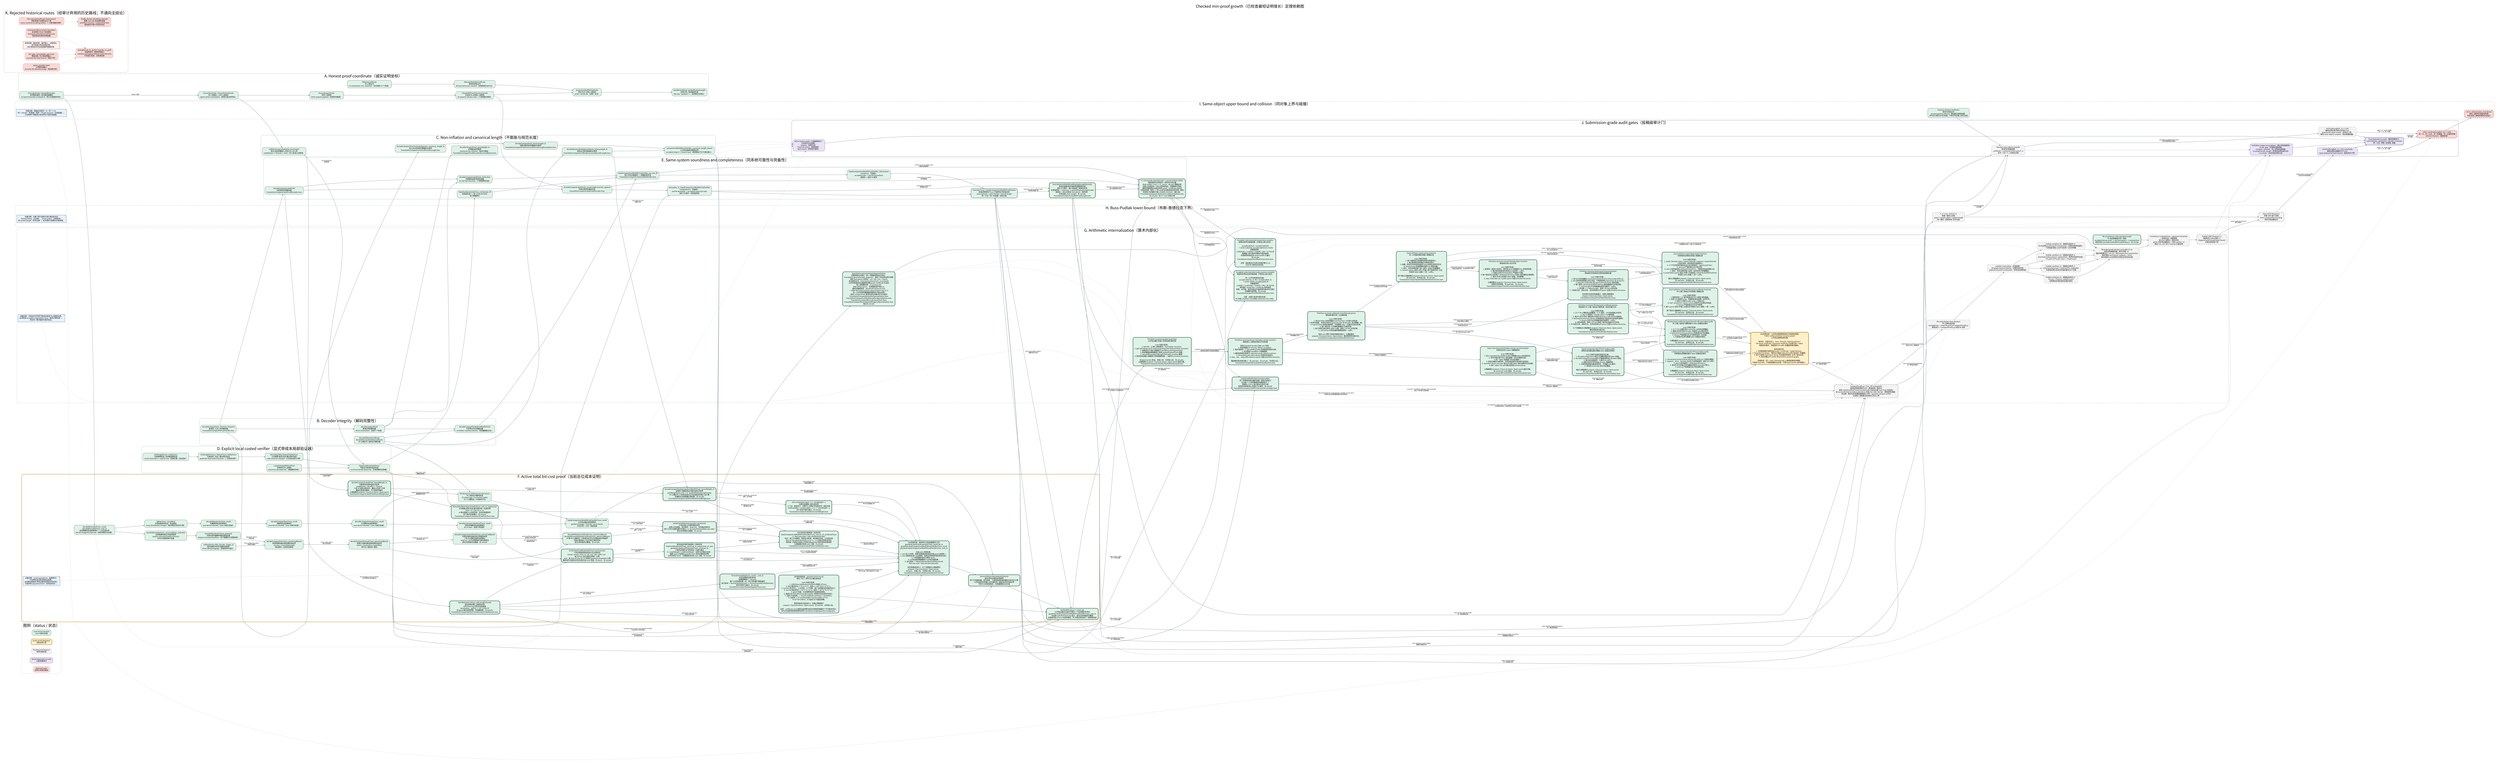
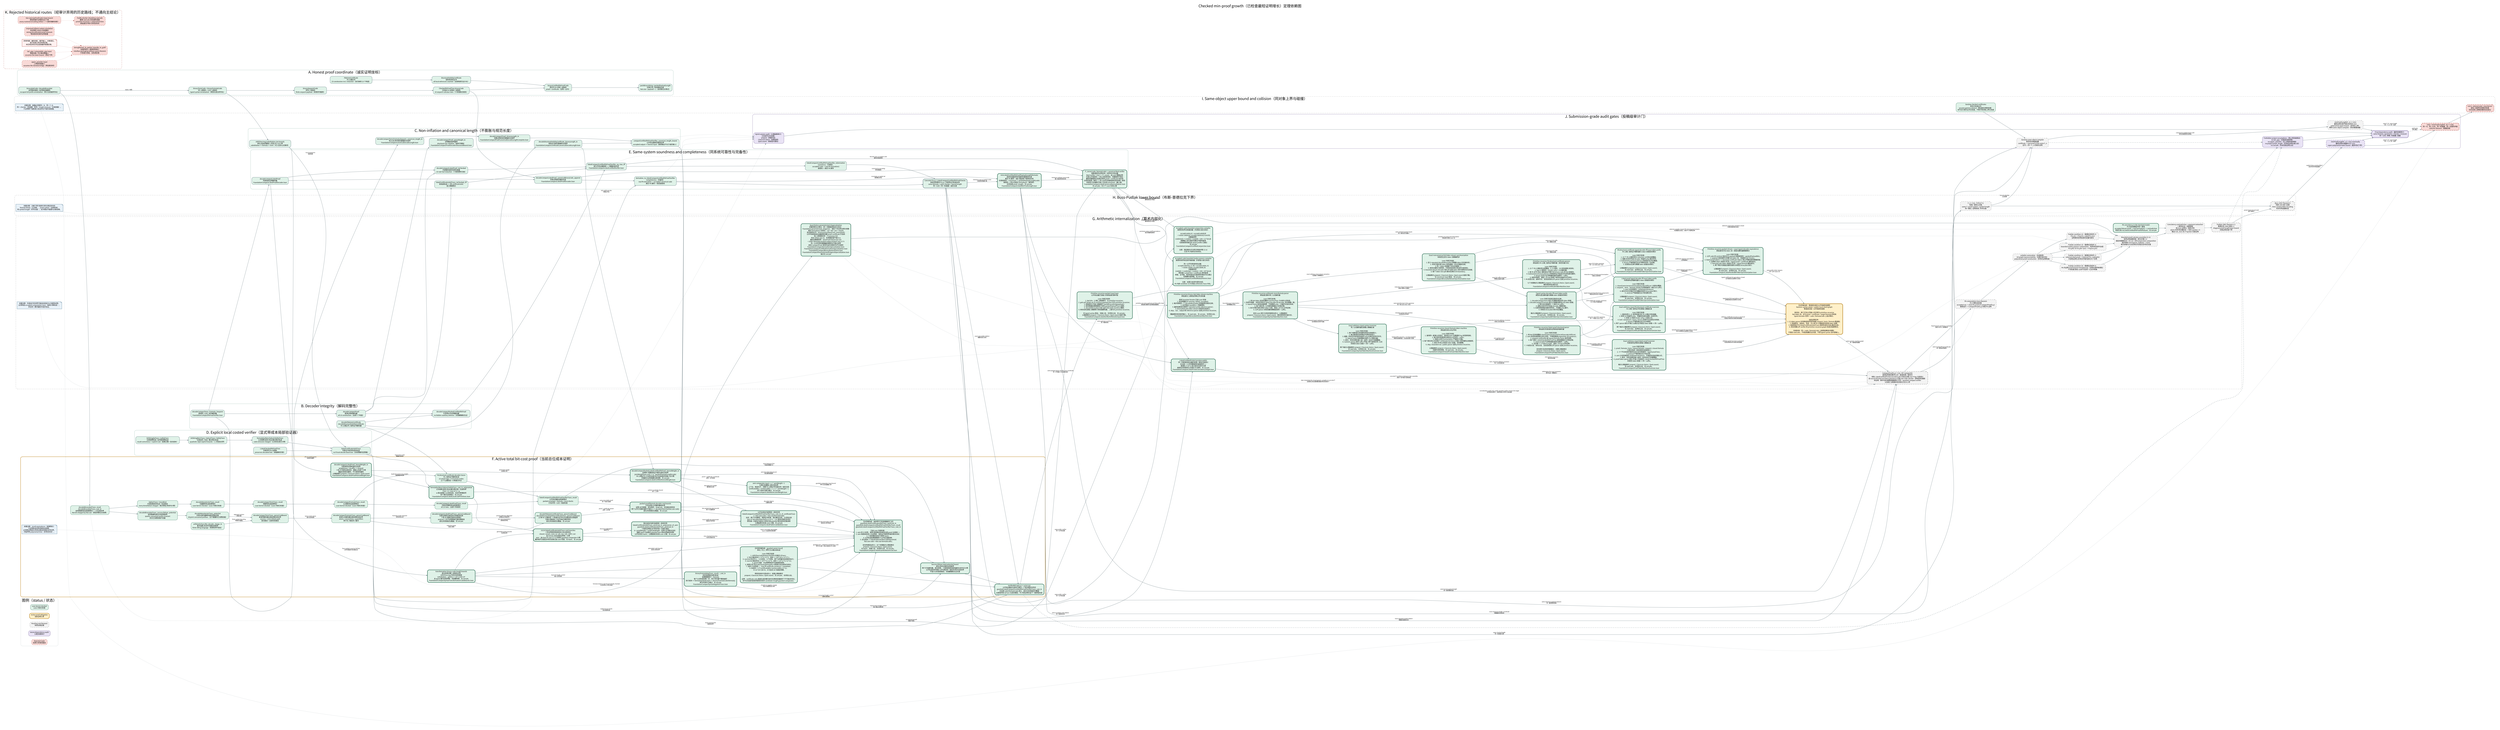
digraph CheckedMinProofDependencies {
  graph [
    rankdir=LR,
    bgcolor="white",
    compound=true,
    newrank=true,
    pad="0.35",
    nodesep="0.30",
    ranksep="0.62",
    fontname="Noto Sans CJK SC",
    fontsize=24,
    label="Checked min-proof growth（已检查最短证明增长）定理依赖图",
    labelloc="t",
    labeljust="c"
  ];
  node [
    shape=box,
    style="rounded,filled",
    fontname="Noto Sans CJK SC",
    fontsize=10.5,
    color="#526d75",
    fillcolor="#eef3f4",
    margin="0.14,0.09",
    penwidth=1.2
  ];
  edge [
    fontname="Noto Sans CJK SC",
    fontsize=8.5,
    color="#65777d",
    arrowsize=0.68,
    penwidth=1.05
  ];

  subgraph cluster_legend {
    label="图例（status / 状态）";
    color="#c8d1d4";
    style="rounded";
    done [label="Lean kernel checked\nLean 内核已检查", fillcolor="#dff2e8", color="#3f7c66"];
    active [label="Active proof obligation\n当前证明义务", fillcolor="#fff0c9", color="#b37a12", penwidth=2.2];
    pending [label="Pending root theorem\n待闭合根定理", fillcolor="#f3f3f3", color="#777777", style="rounded,filled,dashed"];
    audit [label="Axiom/dependency audit\n公理/依赖审计", fillcolor="#e9e3f5", color="#76639a"];
    rejected [label="Rejected route\n经审计弃用的路线", fillcolor="#f8d9d6", color="#a8443d", style="rounded,filled,dashed"];
  }

  subgraph cluster_coordinate {
    label="A. Honest proof coordinate（诚实证明坐标）";
    color="#8fb7aa";
    style="rounded";

    natcode [label="binaryNatCode / decodeBinaryNat\n自然数前缀码 / 自然数前缀解码\nescaped-bit prefix serialization（转义位前缀序列化）", fillcolor="#dff2e8"];
    syntaxcode [label="binaryTermCode + binaryFormulaCode\n项二进制码 + 公式二进制码\ntyped syntax serialization（类型化语法序列化）", fillcolor="#dff2e8"];
    sequentcode [label="binarySequentCode\n序列二进制码\nfinite sequent payload（有限序列载荷）", fillcolor="#dff2e8"];
    prooftree [label="CheckedPAProofTree.binaryCode\n已检查 PA 证明树二进制码\n10 sequent-calculus rules（十条相继式规则）", fillcolor="#dff2e8"];
    axiomcert [label="PAAxiomCertificate\nPA 公理证书\n23 constructors incl. induction（含归纳的 23 个构造）", fillcolor="#dff2e8"];
    structcert [label="StructuralValidityCertificate\n结构有效性证书\nall local witnesses counted（全部局部见证计长）", fillcolor="#dff2e8"];
    certifiedcode [label="binaryCertifiedPAProofCode\n带证书 PA 证明二进制码\nproof + certificate（证明 + 证书）", fillcolor="#dff2e8"];
    packedcode [label="packBinaryString / packedPayloadLength\n位串打包 / 有效载荷长度\nNat.size = payload + 1（自然数位长等式）", fillcolor="#dff2e8"];

    natcode -> syntaxcode [label="labels / 标签"];
    syntaxcode -> sequentcode;
    sequentcode -> prooftree;
    axiomcert -> structcert;
    prooftree -> certifiedcode;
    structcert -> certifiedcode;
    certifiedcode -> packedcode;
  }

  subgraph cluster_decoder {
    label="B. Decoder integrity（解码完整性）";
    color="#8fb7aa";
    style="rounded";

    typeddecoder [label="decodeCompactTerm / Formula / Sequent\n紧凑项 / 公式 / 序列解码器\nFoundationCompactPAProofVerifier.lean", fillcolor="#dff2e8"];
    proofdecoder [label="decodeCompactProof\n紧凑证明树解码器\nall 10 constructors（全部十个构造）", fillcolor="#dff2e8"];
    certdecoder [label="decodePAAxiomCertificate\ndecodeStructuralValidityCertificate\nPA 公理证书 / 结构证书解码器", fillcolor="#dff2e8"];
    packeddecoder [label="decodeCompactPackedCertifiedPAProof\n打包带证书证明解码器\nno hidden auxiliary witness（无隐藏辅助见证）", fillcolor="#dff2e8"];

    typeddecoder -> proofdecoder;
    certdecoder -> packeddecoder;
    proofdecoder -> packeddecoder;
  }

  subgraph cluster_size {
    label="C. Non-inflation and canonical length（不膨胀与规范长度）";
    color="#8fb7aa";
    style="rounded";

    structural [label="decodeCompactProof_parseWeight_le\n证明解码结构量界\nstructural non-inflation（结构不膨胀）\nFoundationCompactProofDecoderStructuralBound.lean", fillcolor="#dff2e8"];
    syntaxcanonical [label="decodeCompactTerm/Formula/Sequent_canonical_length_le\n项/公式/序列规范重编码长度界\nFoundationCompactCanonicalDecodeLength.lean", fillcolor="#dff2e8"];
    proofcanonical [label="decodeCompactProof_binaryLength_le\n完整证明树规范重编码长度界\nFoundationCompactProofCanonicalDecodeLengthComplete.lean", fillcolor="#dff2e8"];
    certcanonical [label="decodeStructuralValidityCertificate_binaryLength_le\n结构证书规范重编码长度界\nFoundationCompactCertificateCanonicalDecodeLength.lean", fillcolor="#dff2e8"];
    totalcanonical [label="compactCertifiedPAProofVerifier_canonical_length_bound\n公开验证器规范载荷总界\naccepted output <= honest input（接受输出不长于诚实输入）", fillcolor="#dff2e8"];
    transformsize [label="shift/free/neg/substitution size bounds\n移位/自由变量嵌入/否定/代入大小界\nsubstitution <= formula × term（代入至多公式乘项）", fillcolor="#dff2e8"];

    typeddecoder -> syntaxcanonical;
    proofdecoder -> structural;
    syntaxcanonical -> proofcanonical;
    certdecoder -> certcanonical;
    proofcanonical -> totalcanonical;
    certcanonical -> totalcanonical;
    syntaxcode -> transformsize;
  }

  subgraph cluster_explicit_local {
    label="D. Explicit local costed verifier（显式带成本局部验证器）";
    color="#8fb7aa";
    style="rounded";

    biteq [label="bitStringEqTrace / natEqTrace\n位串相等轨迹 / 自然数相等轨迹\nresult correctness + explicit cost（结果正确 + 显式成本）", fillcolor="#dff2e8"];
    bitset [label="bitStringMemTrace / SubsetTrace / SetEqTrace\n位串成员 / 包含 / 集合等价轨迹\nquadratic-style explicit bounds（二次型显式界）", fillcolor="#dff2e8"];
    formulalist [label="formulaEq/Mem/Subset/SetEqTrace\n公式相等/成员/包含/集合等价轨迹\ncode emission charged（公式码生成已计费）", fillcolor="#dff2e8"];
    listedtree [label="ListedCheckedPAProofTree\n列表序列 PA 证明树\npreserves decoded lists（保留解码列表）", fillcolor="#dff2e8"];
    listedcert [label="listedCertificateValidTrace\n列表证书有效性成本轨迹\nno Finset decide black box（无有限集判定黑箱）", fillcolor="#dff2e8"];

    biteq -> bitset;
    bitset -> formulalist;
    listedtree -> listedcert;
    formulalist -> listedcert;
    transformsize -> listedcert [label="local transforms\n局部变换"];
  }

  subgraph cluster_same_system {
    label="E. Same-system soundness and completeness（同系统可靠性与完备性）";
    color="#8fb7aa";
    style="rounded";

    listdecoder [label="decodeCompactListedProof\n列表保持证明解码器\nFoundationCompactListedProofDecoder.lean", fillcolor="#dff2e8"];
    projection [label="decodeCompactListedProof_toChecked\n列表解码投影到原检查器\n10-rule fuel induction（十规则燃料归纳）", fillcolor="#dff2e8"];
    localiff [label="listedCertificateValidTrace_toChecked_iff\n新局部轨迹 <-> 原 certificateValid\n语义精确等价", fillcolor="#dff2e8"];
    publiciff [label="listedCompactCertifiedPAProofVerifier_eq_true_iff\n新公开验证器接受 <-> 精确检查关系\nFoundationCompactListedCertifiedVerifier.lean", fillcolor="#dff2e8"];
    soundness [label="listedCompactCertifiedPAProofVerifier_toDerivation\nsoundness（可靠性）\naccepted code -> real PA Derivation2\n接受码 -> 真实 PA 推导", fillcolor="#dff2e8"];
    listencoder [label="decodeCompactListedProof_canonicalBinaryCode_append\n列表证明规范编码往返\nFoundationCompactListedProofEncoder.lean", fillcolor="#dff2e8"];
    completeness [label="derivation_to_listedCompactCertifiedPAProofVerifier\ncompleteness（完备性）\nreal PA derivation -> accepted canonical code\n真实 PA 推导 -> 规范接受码", fillcolor="#dff2e8"];
    predicate [label="Concrete P(x,y) / ListedCompactCertifiedPAProofChecks\n具体证明谓词 P(x,y) / 列表带证书检查关系\nsame formula + same checker + honest length\n同一公式 + 同一检查器 + 诚实长度", fillcolor="#dff2e8", penwidth=2.0];
    minmeasure [
      label="minListedCertifiedPAProofPayloadLength(formula)\n具体检查器诱导的最短完整载荷长度\n真实 PA 推导 -> 最小值由某个接受码实现\n任意接受码 -> minimum <= packedPayloadLength(code)\n接受码 -> 同公式真实 Derivation2（推导树）\n无项目级 proof_length；无 sorryAx\nFoundationCompactListedMinProofLength.lean",
      fillcolor="#dff2e8", color="#2f6f57", penwidth=2.8
    ];
    canonicalnormalize [
      label="P_canon(code, formulaCode) + canonical Bool verifier\n纯数值规范证明关系 + 规范布尔验证器\nBool verifier = true <-> P_canon，由 Lean 精确证明\n任意公开接受码 -> 同公式码规范码，完整载荷不增长\n最短完整载荷必由真实规范 proof + certificate 码实现\n全体码有限一致性 <-> 同 cutoff 的纯数值规范码有限一致性\n非规范/冗余编码不能人为压低 minimum（最小值）\nFoundationCompactListedCanonicalNormalization.lean\n无 sorryAx；仅三个 Lean 标准公理",
      fillcolor="#dff2e8", color="#2f6f57", penwidth=2.8
    ];

    typeddecoder -> listdecoder;
    listdecoder -> projection;
    proofdecoder -> projection;
    listedcert -> localiff;
    projection -> publiciff;
    localiff -> publiciff;
    packeddecoder -> publiciff;
    publiciff -> soundness;
    prooftree -> listencoder;
    listdecoder -> listencoder;
    listencoder -> completeness;
    listedcert -> completeness;
    soundness -> predicate;
    completeness -> predicate;
    predicate -> minmeasure [label="minimum over accepted codes\n对接受码取最小值"];
    completeness -> minmeasure [label="nonempty accepted set\n接受集合非空"];
    publiciff -> canonicalnormalize [label="decode every accepted code\n解码任意接受码"];
    listencoder -> canonicalnormalize [label="canonical re-encoding\n规范重编码"];
    totalcanonical -> canonicalnormalize [label="no payload growth\n载荷不增长"];
    minmeasure -> canonicalnormalize [label="minimum realized canonically\n最小值由规范码实现"];
  }

  subgraph cluster_cost_active {
    label="F. Active total bit-cost proof（当前总位成本证明）";
    color="#c18a27";
    style="rounded,bold";

    nattrace [label="decodeBinaryNatTrace_result\ndecodeBinaryNatTrace_cost_le\n自然数解码轨迹结果等价 + 二次位成本界\nNat.bit charged by Nat.size（按自然数位长收费）", fillcolor="#dff2e8", color="#3f7c66"];
    tracebind [label="OptionTrace + traceBind\n可选结果成本轨迹 + 轨迹绑定\nevery bind/failure charged（每次绑定/失败均计费）", fillcolor="#dff2e8", color="#3f7c66"];
    vectortrace [label="decodeManyVectorTrace_result\n向量解码轨迹结果等价\nLean kernel checked（Lean 内核已检查）", fillcolor="#dff2e8", color="#3f7c66"];
    termtrace [label="decodeCompactTermTrace_result\n项解码轨迹结果等价\nLean kernel checked（Lean 内核已检查）", fillcolor="#dff2e8", color="#3f7c66"];
    formulatrace [label="decodeCompactFormulaTrace_result\n公式解码轨迹结果等价\nLean kernel checked（Lean 内核已检查）", fillcolor="#dff2e8", color="#3f7c66"];
    prooftrace [label="decodeCompactListedProofTrace_result\n列表证明解码轨迹结果等价\nall 10 rules（全部十条规则）", fillcolor="#dff2e8", color="#3f7c66"];
    certtrace [label="PA/structural certificate decoder traces\nPA / 结构证书解码轨迹\n23 axiom tags + 4 recursive nodes\n23 个公理标签 + 4 种递归节点", fillcolor="#dff2e8", color="#3f7c66"];
    publictrace [label="listedCompactCertifiedPAProofVerifierTrace_result\n公开验证器轨迹结果等价\npacked envelope + formula + local checks\n打包外壳 + 公式 + 局部检查", fillcolor="#dff2e8", color="#3f7c66"];
    natpotential [label="decodeBinaryNatTrace_success/failure_potential\n自然数解码成功/失败势能界\nquartic consumed-prefix invariant\n四次已消费前缀不变量", fillcolor="#dff2e8", color="#3f7c66"];
    vectorpotential [label="decodeManyVectorTrace_potential\n任意长度向量解码摊还势能定理\ndisjoint consumed prefixes（互不重叠的已消费前缀）", fillcolor="#dff2e8", color="#3f7c66"];
    symbolcharge [label="arithmeticFunc/Rel_decode_charge_le\n算术函数/关系符号解码收费界\nfinite ORing language（有限有序环语言）", fillcolor="#dff2e8", color="#3f7c66"];
    termpotential [label="decodeCompactTermTrace_parserCostBound\n紧凑项解码器全路径摊还成本界\nsuccess + every failure path\n成功路径 + 全部失败路径", fillcolor="#dff2e8", color="#3f7c66"];
    formulapotential [label="decodeCompactFormulaTrace_parserCostBound\n紧凑公式解码器全路径摊还成本界\natoms / connectives / quantifiers\n原子式 / 联结词 / 量词", fillcolor="#dff2e8", color="#3f7c66"];
    proofpotential [
      label="decodeCompactListedProofTrace_parserCostBound\n列表证明树全路径四次势能成本界\n十条 PA 相继式规则全部通过\nand/cut 二叉子证明势能已望远镜相消\n成功/失败路径全覆盖；无 sorryAx",
      fillcolor="#dff2e8", color="#3f7c66"
    ];
    certpotential [
      label="decodePAAxiomCertificateTrace_parserCostBound\ndecodeStructuralValidityCertificateTrace_parserCostBound\n23 种 PA 公理标签 + 4 种递归证书节点全路径四次势能界\n归纳公理体和二元证书树已摊还闭合\n成功/失败路径全覆盖；无 sorryAx",
      fillcolor="#dff2e8", color="#3f7c66", penwidth=2.2
    ];
    packedcost [
      label="packed proof/formula decoder cost bounds\n打包证明/公式解码器成本界\n证明+证书串联、末位哨兵、dropLast、空后缀全部闭合\n两个公开打包解码器均不超过 2 × decoderPotential(Nat.size code)\n成功/失败路径全覆盖；无 sorryAx",
      fillcolor="#dff2e8", color="#2f6f57", penwidth=2.8
    ];
    transformcode [
      label="transformation binary-code length bounds\n语法变换完整二进制码长界\nshift/free/neg 均至多线性膨胀\nsubstitution：|phi[t]| <= 3(F+1)(W+1)F\n含 qpow 量词深度预算；无隐藏参数；无 sorryAx\nFoundationCompactSyntaxTransformationCodeBounds.lean",
      fillcolor="#dff2e8", color="#2f6f57", penwidth=2.8
    ];
    negtrace [
      label="binaryFormulaNegTrace_result / _cost_le\n否定变换真实递归轨迹\n结果精确等于 ∼formula\n每个公式构造收费一步；原子项向量不重复遍历\n执行成本 <= formulaSymbolCount <= |binaryFormulaCode(formula)|\n单文件探针已通过；无 sorryAx\nFoundationCompactSyntaxNegationTrace.lean",
      fillcolor="#dff2e8", color="#2f6f57", penwidth=2.8
    ];
    axmjoint [
      label="axm comparator input <= 2 * jointWeight + 1\n公理比较器输入联合坐标界\n上下文、候选句子、完整 PA 公理证书均落在同一诚实位权\ncertificateBits + sentenceBits + 1 <= 2 * jointWeight + 1\n四个坐标引理已通过；无 sorryAx\nFoundationCompactListedAxiomJointWeight.lean",
      fillcolor="#dff2e8", color="#2f6f57", penwidth=2.8
    ];
    honestproof [
      label="decodeCompactListedProof_honestWeight_le\n列表保持证明树诚实位权界\nweight(tree) + 8|suffix| <= 8|input|\n十条 PA 规则全部闭合；重复公式逐个计费\n覆盖任意成功解码，不只是规范编码\n公理画像仅 propext / Classical.choice / Quot.sound\nFoundationCompactListedProofHonestWeight.lean",
      fillcolor="#dff2e8", color="#2f6f57", penwidth=2.8
    ];
    honestcert [
      label="decodeCompactPackedListedCertifiedPAProof_honestWeight_le\n证明树+完整结构证书联合诚实位权界\njointWeight(tree,cert) <= 8 * packedPayloadLength(code)\nPA 公理证书 23 标签及递归证书全部由实际输入位计费\n无辅助见证和隐藏长度参数；无 sorryAx\nFoundationCompactListedCertifiedHonestWeight.lean",
      fillcolor="#dff2e8", color="#2f6f57", penwidth=2.8
    ];
    localprimitives [
      label="formulaEq/Mem/Subset/SetEqTrace_cost_le_polynomial\n公式相等/成员/包含/集合等价统一位成本界\nP(w) = 4 + 2(w+3)^2 + w\nw 是全部输入公式码位权，包含列表重复项\n四个端点全部通过；无 sorryAx\nFoundationCompactListedLocalCostPrimitives.lean",
      fillcolor="#dff2e8", color="#2f6f57", penwidth=2.8
    ];
    localbranches9 [
      label="10/10 listedCertificateValidTrace cost branches\n十条证明规则局部成本分支全部闭合\nclosed / verum / and / or / all / exs / wk / shift / cut：\n由 P(G(w)) 及生成语法界统一计费\naxm：由 A(w)=K*(2w+1)^12 的真实 guarded comparator 计费\n最终每节点固定多项式包络已由 Lean 检查；无 haxm、无 sorryAx",
      fillcolor="#dff2e8", color="#2f6f57", penwidth=2.8
    ];
    localinduction [
      label="联合坐标内部归纳骨架 + 具体实例\nlistedCertificateValidTrace_jointCost_le_polynomial_of_axm\nguardedListedCertificateValidTrace_jointCost_le\n十规则证明树/证书同步统一归纳已通过\nb = proofWeight + certificateWeight（证明+证书联合位权）\n抽象 haxm 已由真实 guarded axm 成本定理具体消除\n公开实例无 haxm；公理画像仅标准 Lean 公理；无 sorryAx",
      fillcolor="#dff2e8", color="#2f6f57", penwidth=2.8
    ];
    publicskeleton [
      label="公开总成本内部骨架 + 具体实例\nlistedCompactCertifiedPAProofVerifierTrace_cost_le_of_certificateTrace\ns = Nat.size(code) + Nat.size(formulaCode)\n合并：两个打包解码、局部证书检查、结论集合比较、公式码比较\nQ(s)=4*decoderPotential(s)+L(s)+1，L(s) 是显式固定多项式\n原先唯一内部证书成本义务现已由 guarded 联合成本定理消除\n公理画像仅标准 Lean 公理；无 sorryAx\nFoundationCompactListedPublicCostSkeleton.lean",
      fillcolor="#dff2e8", color="#2f6f57", penwidth=2.8
    ];
    publiccost [
      label="【主终端完成：具体带守卫检查器最终汇合】\nguardedListedCertificateValidTrace_jointCost_le\nguardedListedCompactCertifiedPAProofVerifierTrace_result\nguardedListedCompactCertifiedPAProofVerifierTrace_cost_le\n\n已由 Lean 内核检查：\n1. axm 的 23 标签、接受/拒绝路径和候选长度 guard 全部统一；\n2. axm 局部成本进入与证明树、结构证书相同的诚实联合位权；\n3. 十规则整树成本不再带 haxm；\n4. 公开轨迹结果精确等于公开验证器结果；\n5. 总位成本 <= listedPublicVerifierCostPolynomial(\n   Nat.size code + Nat.size formulaCode)。\n\n定向构建退出码 0；五个关键端点公理画像仅\npropext / Classical.choice / Quot.sound。\n无 haxm、无输入包、无项目公设、无 sorryAx。\nFoundationCompactListedGuardedAxiomCost.lean",
      fillcolor="#dff2e8", color="#2f6f57", penwidth=2.8
    ];
    amortized [label="Success/failure total potential bound\n成功/失败全路径总势能界\n两个打包解码器、语法变换、十规则局部检查和最终比较均已计费\n公开轨迹的所有输入对均满足同一固定多项式位成本界\n不是只分析接受路径；无隐藏辅助见证长度", fillcolor="#dff2e8", color="#2f6f57", style="rounded,filled", penwidth=2.8];
    costnote [shape=note, label="关键注释：result equivalence（结果等价）\n只证明轨迹没有改掉验证结果；\n必须再证明成功/失败全路径的固定多项式界，\n才能声称 polynomial time（多项式时间）。", fillcolor="#e8f1f8", color="#4e7892"];
    transformtrace [label="【共享终端完成：guarded axiom trace】\n移位 / 代入 / 带守卫公理比较轨迹\n\nLean 内核已检查：\n1. shift/free/substitution/list/fixitr 的真实 QTrace；\n2. fixitr 输出码长 <= 4*(L+1)^2；成本 <= 128*(m+L+1)^2*L；\n3. succInd 四次代入、三次否定、三个析取、两个全称量词全部真实执行；\n4. succInd 输出码长 <= 10^7*(L+1)^4；成本 <= 10^11*(L+1)^12；\n5. guard 完备：合法相等候选不会被提前拒绝；\n6. 接受分支 fixitr/allClosure/formulaEq 与拒绝分支总成本均闭合；\n7. 全部 23 标签统一：true iff certificate.sentence = candidate；\n8. 总成本 <= K*(certificateBits+sentenceBits+1)^12，\n   K=10^30+(3B+4)，B 为显式 26 句固定预算。\n\n两条验收命令退出码 0；关键公理画像仅\npropext / Classical.choice / Quot.sound；无 sorryAx、无项目公设。\n\n边界：certificate-only 直接生成完整归纳句在稀疏变量编号下不可能多项式；\n本节点完成的是保持接受关系的 candidate-length guarded comparator。", fillcolor="#dff2e8", color="#2f6f57", style="rounded,filled", penwidth=2.8];
    polytime [label="VerifierBitCost(x,y) <= p(|x|+|y|)\n公开验证器总位成本不超过一个显式固定多项式\nguardedListedCompactCertifiedPAProofVerifierTrace_cost_le\n对全部 code/formulaCode 成立，成功与失败路径均覆盖\n这里是项目 QTrace 位成本模型；PA 内短证明仍由下一簇单独完成", fillcolor="#dff2e8", color="#2f6f57", style="rounded,filled", penwidth=2.8];

    natcode -> nattrace;
    nattrace -> tracebind;
    tracebind -> vectortrace;
    vectortrace -> termtrace;
    termtrace -> formulatrace;
    formulatrace -> prooftrace;
    certdecoder -> certtrace;
    formulatrace -> certtrace;
    prooftrace -> publictrace;
    certtrace -> publictrace;
    publictrace -> amortized [label="exact behavior first\n先固定精确行为"];
    nattrace -> natpotential;
    natpotential -> vectorpotential;
    vectorpotential -> termpotential [label="argument vectors\n参数向量"];
    symbolcharge -> termpotential [label="finite symbol decoding\n有限符号解码"];
    termpotential -> formulapotential [label="terms inside atoms\n原子式中的项"];
    formulapotential -> proofpotential [label="formulas inside sequents\n序列中的公式"];
    proofpotential -> certpotential [label="proof/certificate alignment\n证明树/证书树对齐"];
    formulapotential -> certpotential [label="induction body\n归纳公理体"];
    certpotential -> packedcost [label="proof + certificate stream\n证明 + 证书串"];
    publictrace -> packedcost [label="same executable result\n同一可执行结果"];
    packedcost -> publiccost [label="decoded objects\n已解码对象"];
    transformsize -> transformcode [label="from symbol count to full bits\n从符号数提升到完整位长"];
    transformcode -> negtrace [label="input bit-length control\n输入位长控制"];
    negtrace -> publiccost [label="closed/cut negation charge\n闭合/切规则否定计费"];
    transformcode -> publiccost [label="generated-code bounds\n生成公式码长界"];
    listdecoder -> honestproof [label="all successful parses\n全部成功解码"];
    honestproof -> honestcert [label="proof-tree charge\n证明树计费"];
    certcanonical -> honestcert [label="full certificate bits\n完整证书位"];
    honestcert -> publiccost [label="joint decoded-data bound\n联合解码数据界"];
    honestcert -> axmjoint [label="proof + certificate coordinate\n证明 + 证书坐标"];
    axmjoint -> publiccost [label="guarded comparator input bound\n带守卫比较器输入界"];
    listedcert -> localprimitives [label="exact trace costs\n精确轨迹成本"];
    honestproof -> localprimitives [label="duplicate-preserving weights\n保留重复项位权"];
    localprimitives -> publiccost [label="uniform quadratic bound\n统一二次界"];
    localprimitives -> localbranches9 [label="per-rule instantiation\n逐规则实例化"];
    transformcode -> localbranches9 [label="generated syntax bounds\n生成语法界"];
    localbranches9 -> publiccost [label="nine checked branches\n九条已检查分支"];
    localbranches9 -> localinduction [label="structural aggregation\n结构汇总"];
    localinduction -> publiccost [label="haxm concretely discharged\nhaxm 已由具体定理消除"];
    localinduction -> publicskeleton [label="local certificate polynomial\n局部证书多项式"];
    packedcost -> publicskeleton [label="two packed decoder bounds\n两个打包解码界"];
    honestcert -> publicskeleton [label="decoded joint weight\n解码联合位权"];
    publicskeleton -> publiccost [label="concrete discharge checked\n具体消义务已检查"];
    listedcert -> publiccost [label="explicit local checks\n显式局部检查"];
    publiccost -> amortized;
    totalcanonical -> amortized [label="consumed-length control\n消费长度控制"];
    costnote -> amortized [style=dotted, arrowhead=none, constraint=false];
    transformcode -> transformtrace;
    transformtrace -> publiccost [label="guarded axm + shift/free/substitution costs\n带守卫公理 + 移位/自由化/代入成本"];
    amortized -> polytime;
    transformtrace -> polytime;
    totalcanonical -> polytime [label="input/output length control\n输入输出长度控制"];
    listedcert -> polytime [label="local cost bounds\n局部成本界"];
    predicate -> polytime [label="exact executable relation\n精确可执行关系"];
  }

  subgraph cluster_internalization {
    label="G. Arithmetic internalization（算术内部化）";
    color="#9a9a9a";
    style="rounded,dashed";

    listedconmeta [label="ListedCertifiedFiniteConsistencyAt(k)\n同一列表保持验证器的有限一致性元层语义\n无长度 <= k 的完整载荷码被接受为 ⊥\n普通及 2^(A*n) 放大版本无条件为真\n接受反向恢复同公式真实 PA 推导；无 sorryAx\nFoundationCompactListedFiniteConsistencyTarget.lean", fillcolor="#dff2e8", color="#2f6f57", penwidth=2.8];
    arithinput [label="Primitive-recursive packed input layer\n公开验证器打包输入的原始递归算术层\n\nLean 内核已检查：\n1. Nat.bits（小端二进制展开）为 primitive recursive；\n2. getLast?/dropLast 与 sentinel payload peel 均为 primitive recursive；\n3. 剥离成功 iff 输入精确等于 packBinaryString(payload)；\n4. 新剥离器结果精确等于现有 packedPayloadTrace 结果；\n5. decodeBinaryNat 已由 right-fold state machine 重建；\n6. 新状态机逐输入精确等于原前缀解码器，二者均为 primitive recursive。\n\n无 typed syntax 假设、无输入包、无项目公设、无 sorryAx；\n公理画像仅 propext / Classical.choice / Quot.sound 或其子集。\nFoundationCompactListedVerifierArithmeticInput.lean", fillcolor="#dff2e8", color="#2f6f57", penwidth=2.8];
    tokenstream [label="Primitive-recursive binary-Nat token stream machine\n原始递归二进制自然数记号流机器\n\n具体 bounded iterator 已由 Lean 检查：\n1. 状态明确区分 running / failed / accepted；\n2. 每步调用同一个 decodeBinaryNat 并保留真实剩余位串；\n3. 总步数由 inputBits+1 明确限制；\n4. 最终结果逐位串等于 repeated-prefix reference parser；\n5. binaryNatCode token stream 的规范往返成立；\n6. step、run、output 和 reference parser 全部 primitive recursive。\n\n覆盖畸形和非规范输入；无 rawCode、无 sorryAx、无项目公设。\nFoundationCompactBinaryNatStreamMachine.lean", fillcolor="#dff2e8", color="#2f6f57", penwidth=2.8];
    bitsync [label="Exact noncanonical bit/token stream synchronization\n非规范位流与 token 流精确同步\n\nLean 内核已检查：\n1. 定义 repeated decodeBinaryNat 的精确 token/位后缀关系；\n2. 关系可按任意 token 前后缀唯一切分并重新合成；\n3. 同一 token 前缀留下的位后缀唯一；\n4. 规范位编码只是特例，不把非规范高位零误判为规范码；\n5. bounded stream decoder 成功 iff 全部 token 恰好消费至空位后缀；\n6. 每个 token-list split 都对应真实 bit boundary。\n\n公理画像仅 propext / Classical.choice / Quot.sound 或其子集；\n无 canonical-input 假设、无 sorryAx。\nFoundationCompactBinaryNatStreamSynchronization.lean", fillcolor="#dff2e8", color="#2f6f57", penwidth=2.8];
    syntaxparser [label="Primitive-recursive arithmetic term/formula parser\n原始递归算术项 / 公式解析器\n\nLean 内核已检查：\n1. 纯 Nat token 状态机覆盖 bvar/fvar/func 与全部公式构造；\n2. 有序环函数、关系符号码与 typed decoder 的 decode₂ 条件精确一致；\n3. repeat frame 逐项处理参数，不按稀疏 arity 一次展开巨型任务表；\n4. 每个真实项 / 公式都有精确执行步数定理；\n5. 执行步数不超过真实 token 长度，固定二次 fuel 必然足够；\n6. 公开 parser 对规范编码精确返回同一 suffix。\n\n定向 Lean 探针与目标构建退出码 0；公理画像仅\npropext / Classical.choice / Quot.sound；静态禁用项扫描为空。\nFoundationCompactSyntaxTokenMachine.lean", fillcolor="#dff2e8", color="#2f6f57", penwidth=2.8];
    syntaxinversion [label="Exact arbitrary-input syntax inversion\n项 / 公式解析器任意输入精确反演\n\nLean 内核已检查：\n1. 每个纯数值任务栈都有类型化前缀语义；\n2. 每次数值状态转换反向保持该语义；\n3. 函数 / 关系符号有效码恢复同 arity 的真实有序环符号；\n4. repeat frame 恢复精确长度的 Fin 参数向量；\n5. 成功、失败及畸形输入统一由同一后向不变量覆盖；\n6. numeric parser 返回 suffix iff 输入等于某真实项 / 公式\n   的规范 token 前缀 ++ 同一 suffix。\n\n两个端点公理画像仅 propext / Classical.choice / Quot.sound；\n无 rawCode、无项目公设、无 sorryAx。\nFoundationCompactSyntaxTokenMachineInversion.lean", fillcolor="#dff2e8", color="#2f6f57", penwidth=2.8];
    syntaxbitsync [label="Typed syntax decoder iff exact token prefix\n类型化语法解码器与精确 token 前缀双向等价\n\nLean 内核已检查任意成功位串：\n1. decodeCompactTerm 成功 iff 精确消费该项 token 前缀；\n2. decodeCompactFormula 成功 iff 精确消费该公式 token 前缀；\n3. 两方向均保留同一个真实 bit suffix；\n4. 函数/关系符号代码由 decode₂ 精确恢复；\n5. 任意有限参数向量逐项同步，不隐藏 arity 展开；\n6. 非规范 binaryNat 表示完全覆盖。\n\n端点公理画像仅 propext / Classical.choice / Quot.sound；\n无 rawCode、无项目公设、无 sorryAx。\nFoundationCompactSyntaxBitTokenSynchronization.lean", fillcolor="#dff2e8", color="#2f6f57", penwidth=2.8];
    closedformula [label="Primitive-recursive closed-formula token machine\n原始递归闭公式记号机\n\nLean 内核已检查：\n1. 复用同一紧凑公式语法，但所有 term 位置遇到 fvar 标签即拒绝；\n2. 每次成功恢复真实类型化公式及同一 suffix；\n3. 恢复公式的 freeVariables 严格等于空集；\n4. 每个真实闭公式及每个 ArithmeticSentence 的嵌入规范编码必被接受；\n5. 成功 iff 闭公式规范 token 前缀，双向精确；\n6. step / bounded run / public parser 全部 primitive recursive。\n\n公理画像仅 propext / Classical.choice / Quot.sound；\n无额外闭性参数、无 rawCode、无 sorryAx。\nFoundationCompactClosedFormulaTokenMachine.lean", fillcolor="#dff2e8", color="#2f6f57", penwidth=2.8];
    proofparser [label="Primitive-recursive listed-proof structural parser\n原始递归列表保持证明树结构解析器\n\nLean 内核已检查：\n1. 纯 Nat 任务栈覆盖 closed/axm/verum/and/or/all/exs/wk/shift/cut；\n2. axm 标签现调用独立闭公式机，不再把普通 proposition 当 sentence；\n3. sequent cardinality 由 repeat-formula frame 逐项消费；\n4. 每个真实 ListedCheckedPAProofTree 都有精确执行步数定理；\n5. and/cut 左右子证明按编码顺序消费同一 suffix；\n6. 总步数 <= 2*tokenLength，固定二次 fuel 必然足够；\n7. 十标签分派、闭句分支、总状态机和公开 parser 全部 primitive recursive。\n\n定向探针及目标构建通过；关键公理画像仅\npropext / Classical.choice / Quot.sound。\nFoundationCompactProofTokenMachine.lean", fillcolor="#dff2e8", color="#2f6f57", penwidth=2.8];
    proofinversion [label="Exact arbitrary-input listed-proof inversion\n列表保持证明树任意输入精确反演\n\nLean 内核已检查：\n1. proof / formula / term / repeat-formula / sequent / closed-formula\n   六类任务统一具有类型化前缀语义；\n2. 十个节点标签的每条反向分支均恢复同一 typed proof tree；\n3. and/cut 严格恢复左右子树次序；\n4. axm 分支恢复真实 ArithmeticSentence，不接受含自由变量公式；\n5. 成功、失败及畸形输入由同一后向状态不变量覆盖；\n6. proof token parser 成功 iff 输入为某真实 ListedCheckedPAProofTree\n   的规范 token 前缀 ++ 同一 suffix。\n\n端点公理画像仅 propext / Classical.choice / Quot.sound；\n无 rawCode、无项目公设、无 sorryAx。\nFoundationCompactProofTokenMachineInversion.lean", fillcolor="#dff2e8", color="#2f6f57", penwidth=2.8];
    certparser [label="Primitive-recursive PA/structural certificate parsers\n原始递归 PA 公理 / 结构证书解析器（规范完备方向）\n\nLean 内核已检查：\n1. 23 个 PA 公理标签全部覆盖；0..21 固定，3/4 校验函数/关系码；\n2. tag 22 调用同一 binder-arity-1 公式解析器；\n3. 新 PA 证书 token 编码逐证书等于旧 binary code 的 Nat 前缀流；\n4. leaf/axiomCert/unary/binary 四类结构证书由显式任务栈递归解析；\n5. binary 左右子证书按编码顺序消费同一 suffix；\n6. 线性步数界、固定二次 fuel 和两个规范往返端点均已闭合；\n7. PA 标签分派、结构节点、总状态机和公开 parser 全部 primitive recursive。\n\n七个关键端点公理画像仅 propext / Classical.choice / Quot.sound；\n静态禁用项扫描为空。\nFoundationCompactCertificateTokenMachine.lean", fillcolor="#dff2e8", color="#2f6f57", penwidth=2.8];
    certinversion [label="Exact arbitrary-input PA/structural certificate inversion\nPA 公理 / 结构证书任意输入精确反演\n\nLean 内核已检查：\n1. 固定标签 0..21 逐项恢复对应 PA 公理证书构造器；\n2. 标签 3/4 恢复同 arity、同编码的真实函数 / 关系符号；\n3. 标签 22 恢复 binder-arity-1 归纳公式；\n4. leaf / axiomCert / unary / binary 四类节点全部反向恢复；\n5. binary 严格恢复左右子证书顺序；\n6. 两个 parser 成功 iff 输入为真实证书规范 token 前缀 ++ 同一 suffix。\n\n两个端点公理画像仅 propext / Classical.choice / Quot.sound；\n无 rawCode、无项目公设、无 sorryAx。\nFoundationCompactCertificateTokenMachineInversion.lean", fillcolor="#dff2e8", color="#2f6f57", penwidth=2.8];
    proofbitsync [label="Listed proof typed decoder iff exact token prefix\n列表保持证明解码器与 token 前缀双向等价\n\nLean 内核已检查：\n1. closed/axm/verum/and/or/all/exs/wk/shift/cut 十规则全覆盖；\n2. sequent、term、formula 与左右子证明保留同一真实 bit suffix；\n3. axm 分支恢复同一 ArithmeticSentence；\n4. 成功方向与完备方向均覆盖非规范 binaryNat 表示；\n5. and/cut 严格保留左右子树消费次序。\n\n公理画像仅 propext / Classical.choice / Quot.sound；\n无 rawCode、无项目公设、无 sorryAx。\nFoundationCompactProofBitTokenSynchronization.lean", fillcolor="#dff2e8", color="#2f6f57", penwidth=2.8];
    certbitsync [label="PA/structural certificate typed decoder iff exact token prefix\nPA 公理 / 结构证书解码器与 token 前缀双向等价\n\nLean 内核已检查：\n1. 23 个 PA 公理标签及 induction 公式体全部覆盖；\n2. 函数/关系符号由 decode₂ 恢复同 arity 真实符号；\n3. leaf/axiomCert/unary/binary 四类递归证书全覆盖；\n4. binary 严格保留左右证书顺序及同一位后缀；\n5. 任意成功位串与精确 token 前缀双向等价。\n\n公理画像仅 propext / Classical.choice / Quot.sound；\n无 rawCode、无项目公设、无 sorryAx。\nFoundationCompactCertificateBitTokenSynchronization.lean", fillcolor="#dff2e8", color="#2f6f57", penwidth=2.8];
-     numericparser [label="【主终端当前：公开验证器纯数值组合与局部检查图】\nPublic verifier primitive-recursive graph\n公开验证器原始递归图\n\n新闭合：任意位流上，term / formula / listed proof tree /\nPA axiom certificate / structural certificate 已全部与同一 token\n前缀双向等价，保留真实 bit suffix 且覆盖非规范编码。\n\n当前证明任务：\n1. 在纯数值图中顺序组合 proof + certificate + target formula；\n2. 为 packed envelope、哨兵位与每段 token/bit suffix 给出同一机器图；\n3. 执行与现有 listed local checks 完全相同的规则 / 证书 / 结论比较；\n4. 闭合完整公开 verifier 的 primitive-recursive graph。\n\n完成标准：同一 code / formulaCode 上接受结果逐点相等；\n不借旧 rawCode，不增加隐藏见证长度，不把 typed syntax 当外部输入。", fillcolor="#fff0c9", color="#b37a12", penwidth=2.8];
+     packedtokensync [label="Primitive-recursive packed stream + exact typed-decoder equivalence\n原始递归打包 token 流 + 类型化解码器精确等价\n\nLean 内核已检查：\n1. 公开 code 的 sentinel 哨兵位与 payload 剥离使用同一 packedPayloadBits；\n2. payload 逐前缀转为完整 Nat token 流，流函数已证 Primrec；\n3. listed proof tokens ++ structural certificate tokens 按公开解码顺序精确拼接；\n4. 证明码 token 流成功 iff 同一 typed proof + certificate 解码成功；\n5. formulaCode token 流成功 iff 同一 typed formula 解码成功；\n6. 两个等价均保留全载荷消费与非规范 binaryNat 表示。\n\n公理画像仅 propext / Classical.choice / Quot.sound；\n无 rawCode、无项目公设、无 sorryAx。\nFoundationCompactListedPackedBitTokenSynchronization.lean", fillcolor="#dff2e8", color="#2f6f57", penwidth=2.8];
+     numericparser [label="【主终端当前：数值语法值与公开局部检查图】\nNumeric syntax values + public local-check graph\n数值语法值 + 公开局部检查图\n\n新闭合：两个打包公开输入均已转为 primitive-recursive\nNat token 流，并与 proof + certificate + target formula 的现有\ntyped decoder 在同一 code / formulaCode 上逐点等价。\n\n当前证明任务：\n1. 让 token parser 在判断结构的同时保留 sequent / term / formula 数值值；\n2. 构造移位、自由化、否定、代入和 PA 公理候选句的纯 token 运算；\n3. 逐规则执行与 listedCertificateValidTrace 相同的成员/包含/集合比较；\n4. 闭合完整公开 verifier 的 primitive-recursive graph 及逐点结果等式。\n\n完成标准：同一 code / formulaCode 上接受结果逐点相等；\n不借旧 rawCode，不增加隐藏见证长度，不把 typed syntax 当外部输入。", fillcolor="#fff0c9", color="#b37a12", penwidth=2.8];
    compactformula [label="CompactProof(x,y) + Con_PA^compact(k)\n紧凑证明谓词算术公式 + 紧凑有限一致性句\n绿色 ListedCertifiedFiniteConsistencyAt 已给出正确 Lean Prop 元层语义\n旧 succinctFiniteConsistencySentence 仍指 raw-code checker（原始码检查器）\n待证明：算术句标准模型精确等价于同一 guarded compact verifier\n以及短二进制数词实例的公式大小界", fillcolor="#f3f3f3", color="#777777", style="rounded,filled,dashed", penwidth=2.0];
    patrace [label="PA computation-trace theorem\nPA 计算轨迹定理\naccepted run -> short PA proof of CompactProof(x,y)\n接受运行 -> CompactProof(x,y) 的短 PA 证明", fillcolor="#f3f3f3", color="#777777", style="rounded,filled,dashed"];
    suitable [label="suitable numeration（合适枚举）\nbit graph representability（位图可表示性）\npolynomial proof construction（多项式证明构造）", fillcolor="#f3f3f3", color="#777777", style="rounded,filled,dashed"];
    cond0 [label="Pudlak condition (0)（普德拉克条件 0）\nPA 内证明 proof-bound monotonicity（证明长度界单调性）\nP 的较紧/较松 cutoff 可在同一公式中转换", fillcolor="#f3f3f3", color="#777777", style="rounded,filled,dashed"];
    cond1 [label="Pudlak condition (1)（普德拉克条件 1）\nexternal short proof -> internal P(n, code(phi))\n外部短证明以多项式开销内部化为 P 实例", fillcolor="#f3f3f3", color="#777777", style="rounded,filled,dashed"];
    cond2 [label="Pudlak condition (2)（普德拉克条件 2）\nP(n,m) -> P(q1(n), code(P(n,m)))\n证明谓词实例自身的定量内部化", fillcolor="#f3f3f3", color="#777777", style="rounded,filled,dashed"];
    cond3 [label="Pudlak condition (3)（普德拉克条件 3）\nbounded modus ponens composition（有界肯定前件合成）\nP(n,phi) 与 P(n,phi->psi) -> P(q2(n),psi)", fillcolor="#f3f3f3", color="#777777", style="rounded,filled,dashed"];
    mpcompiler [label="Accepted-code bounded modus ponens compiler\n接受码有界肯定前件编译器（外部语义层已闭合）\n\n同一公开列表保持验证器：\naccept(codeImp, A->B) + accept(codeA, A)\n  -> exists codeB, accept(codeB, B)\n完整载荷界：\n|codeB| <= |codeImp| + |codeA| + 240 + 34*S(A,B)\n两份输入 proof tree + certificate 原样复用\n树级、证书级、规范码级及任意接受码端点均已通过\n无隐藏长度参数；无 sorryAx\nFoundationCompactCertifiedModusPonens.lean\n\n注意：这里只关闭外部码合成；\nPA 内部 condition (3) 仍须由 arithmetic trace 内化。", fillcolor="#dff2e8", color="#2f6f57", penwidth=2.8];
    conjcompiler [label="Accepted-code bounded conjunction compiler\n接受码有界合取编译器（外部语义层已闭合）\n\naccept(codeA,A) + accept(codeB,B)\n  -> exists codeAnd, accept(codeAnd,A and B)\n完整载荷界：\n|codeAnd| <= |codeA| + |codeB| + 144 + 11*S(A,B)\n两棵输入树与两份完整证书原样复用\n任意接受码端点及 axiom profile 已通过\n无 sorryAx\nFoundationCompactCertifiedConjunction.lean\n\n注意：固定重言式与原文拼接步骤 (i)-(v)\n以及 PA 内部化仍未闭合。", fillcolor="#dff2e8", color="#2f6f57", penwidth=2.8];
    qdiagonal [label="Quantitative parameterized diagonalization\n定量参数化对角化（同一完整载荷坐标已闭合）\nFoundation parameterized_diagonal₁：固定 P 的全称证明为常数\n真实 Derivation2 实例化：cut + wk + exs + closed\n显式结构证书：binary(unary(baseCert), unary(leaf))\n公开列表保持验证器接受完整 proof+certificate 打包码\n短二进制数码项：2*previous+bit\n码长 O(Nat.size m)，标准模型值严格为 m\n最终完整载荷界：baseProof+baseCert+192\n + 2048*(formulaConstant+stepConstant*|m|+1)^3\n同一公式实例的精确最短载荷也不超过该界\n具体 CompactProof 谓词仍由灰色算术化节点提供\nFoundationCompactDerivationSpecialization.lean\nFoundationCompactCertifiedDerivationSpecialization.lean\nFoundationCompactBinaryNumeralTerm.lean\nFoundationCompactParameterizedDiagonalSpecialization.lean\n端点无 sorryAx", fillcolor="#dff2e8", color="#2f6f57", penwidth=2.8];
    proofassembly [label="Bounded proof-calculus assembly (i)-(v)\n有界证明演算拼接（原文步骤 i-v）\n固定命题重言式 + (0)-(3) + MP/conjunction composition\n逐步得到 not P(q5(m), bottom) -> D(m)\n每次拼接与公式实例化均须显式多项式长度", fillcolor="#f3f3f3", color="#777777", style="rounded,filled,dashed"];
    paconsistency [label="PA consistency in the standard model\nPA 在标准模型中的一致性\naccepted falsum proof -> real Derivation2 -> contradiction\n项目已有 noListedCertifiedPAProofOfFalsum；无 sorryAx", fillcolor="#dff2e8", color="#2f6f57", penwidth=2.4];
    exponentextract [label="Consistency contradiction + exponent extraction\n一致性反证 + 指数提取\n短 D(m) 证明与一致性冲突\nq5(m) 的多项式重标定 -> 存在 epsilon > 0\n推出 Con_A(n) 无 n^epsilon 长度证明", fillcolor="#f3f3f3", color="#777777", style="rounded,filled,dashed"];
    diagonal [label="Pudlak 1986 Theorem 3.1\n普德拉克 1986 定理 3.1\ndiagonal proof-length lower bound\n对角证明长度下界", fillcolor="#f3f3f3", color="#777777", style="rounded,filled,dashed", penwidth=2.0];
    internalnote [shape=note, label="关键注释：外部运行时间界不能自动变成 PA 内部短证明。\n必须构造 accepted computation trace（接受计算轨迹），\n并在同一算术编码中逐步验证。", fillcolor="#e8f1f8", color="#4e7892"];

    predicate -> compactformula [label="exact standard-model relation\n精确标准模型关系"];
    minmeasure -> compactformula [label="same honest payload length\n同一诚实载荷长度"];
    canonicalnormalize -> compactformula [style=dotted, label="normalization audit only; public guarded verifier remains the target\n仅作规范化审计；目标仍是公开带守卫验证器"];
    predicate -> listedconmeta [label="same accepted-code relation\n同一接受码关系"];
    minmeasure -> listedconmeta [label="same payload coordinate\n同一载荷坐标"];
    listedconmeta -> compactformula [label="arithmetize this exact semantics\n算术化这一精确语义"];
    canonicalnormalize -> listedconmeta [label="pointwise same-cutoff equivalence\n逐点同截断值等价"];
    polytime -> arithinput [label="same packed inputs and bit-cost coordinate\n同一打包输入与位成本坐标"];
    arithinput -> tokenstream [label="primitive-recursive payload and Nat-prefix base\n原始递归载荷与自然数前缀基础"];
    tokenstream -> bitsync [label="exact arbitrary-input stream semantics\n任意输入流精确语义"];
    tokenstream -> syntaxparser [label="bounded exact tokenization\n有界精确记号化"];
    bitsync -> syntaxbitsync [label="exact bit suffix invariant\n精确位后缀不变量"];
    syntaxparser -> syntaxbitsync [label="same term/formula token grammar\n同一项/公式 token 文法"];
    syntaxparser -> syntaxinversion [label="backward typed realization invariant\n反向类型化实现不变量"];
    syntaxinversion -> closedformula [label="typed prefix recovery + no-fvar invariant\n类型化前缀恢复 + 无自由变量不变量"];
    closedformula -> proofparser [label="axm sentence task\n公理叶闭句任务"];
    syntaxparser -> proofparser [label="checked syntax-task machine\n已检查语法任务机"];
    syntaxparser -> certparser [label="induction-body formula parser\n归纳公理体公式解析"];
    syntaxinversion -> proofinversion [label="term / formula arbitrary inversion\n项 / 公式任意反演"];
    proofparser -> proofinversion [label="ten-rule numeric state machine\n十规则纯数值状态机"];
    closedformula -> proofinversion [label="real sentence recovery\n真实闭句恢复"];
    proofinversion -> numericparser [label="arbitrary proof success is canonical\n任意证明成功均为真实规范前缀"];
    syntaxinversion -> certinversion [label="induction-formula arbitrary inversion\n归纳公式任意反演"];
    certparser -> certinversion [label="23+4 certificate numeric machines\n23+4 类证书纯数值机"];
    certinversion -> numericparser [label="arbitrary certificate success is canonical\n任意证书成功均为真实规范前缀"];
    syntaxbitsync -> numericparser [label="term/formula typed-bit equivalence closed\n项/公式类型化位级等价已闭合"];
    bitsync -> proofbitsync [label="same exact bit suffix\n同一精确位后缀"];
    syntaxbitsync -> proofbitsync [label="typed sequent/term/formula components\n类型化序列/项/公式部件"];
    proofparser -> proofbitsync [label="same ten-rule token grammar\n同一十规则 token 文法"];
    bitsync -> certbitsync [label="same exact bit suffix\n同一精确位后缀"];
    syntaxbitsync -> certbitsync [label="induction-body formula synchronization\n归纳公式体同步"];
    certparser -> certbitsync [label="same 23+4 token grammar\n同一 23+4 类 token 文法"];
    proofbitsync -> numericparser [label="typed proof bit equivalence closed\n证明树类型化位级等价已闭合"];
    certbitsync -> numericparser [label="typed certificate bit equivalence closed\n证书类型化位级等价已闭合"];
+     arithinput -> packedtokensync [label="same sentinel-packed inputs\n同一哨兵位打包输入"];
+     tokenstream -> packedtokensync [label="primitive-recursive full tokenization\n原始递归完整 token 化"];
+     proofbitsync -> packedtokensync [label="proof segment equivalence\n证明段等价"];
+     certbitsync -> packedtokensync [label="certificate segment equivalence\n证书段等价"];
+     packedtokensync -> numericparser [label="same public token streams\n同一公开 token 流"];
    numericparser -> compactformula [label="same numeric machine graph\n同一纯数值机器图"];
    compactformula -> patrace [label="fixed formula and binary numerals\n固定公式与二进制数词"];
    internalnote -> patrace [style=dotted, arrowhead=none, constraint=false];
    patrace -> suitable;
    suitable -> cond0;
    suitable -> cond1;
    suitable -> cond2;
    suitable -> cond3;
    predicate -> mpcompiler [label="same public verifier\n同一公开验证器"];
    canonicalnormalize -> mpcompiler [label="decoded payload never grows\n解码规范化不增长"];
    mpcompiler -> cond3 [style=dotted, label="external compiler closed; PA internal proof remains\n外部编译已闭合；仍需 PA 内部短证明"];
    predicate -> conjcompiler [label="same public verifier\n同一公开验证器"];
    canonicalnormalize -> conjcompiler [label="decoded payload never grows\n解码规范化不增长"];
    conjcompiler -> proofassembly [style=dotted, label="external conjunction primitive closed\n外部合取原语已闭合"];
    compactformula -> qdiagonal [style=dotted, arrowhead=none, constraint=false, label="later instantiate the closed generic compiler at concrete P\n后续把已闭合通用编译器实例化到具体 P"];
    suitable -> qdiagonal [style=dotted, arrowhead=none, constraint=false, label="concrete P conditions belong to later assembly\n具体 P 条件属于后续拼接"];
    transformcode -> qdiagonal [label="formula-instance size bound already checked\n公式实例大小界已检查"];
    cond0 -> proofassembly;
    cond1 -> proofassembly;
    cond2 -> proofassembly;
    cond3 -> proofassembly;
    qdiagonal -> proofassembly;
    proofassembly -> exponentextract;
    paconsistency -> exponentextract;
    exponentextract -> diagonal;
  }

  subgraph cluster_buss {
    label="H. Buss-Pudlak lower bound（布斯-普德拉克下界）";
    color="#9a9a9a";
    style="rounded,dashed";

    family [label="F_n = Con_T((f(n))^c)\n有限一致性公式族\nsame T / proof system / symbol length\n同一理论 / 证明系统 / 符号长度", fillcolor="#f3f3f3", color="#777777", style="rounded,filled,dashed"];
    rescale [label="Buss 1994 Theorem 5\n布斯 1994 第 5 定理\ntime-constructible rescaling\n时间可构造重标定", fillcolor="#f3f3f3", color="#777777", style="rounded,filled,dashed", penwidth=2.0];
    lower [label="minProofLength(F_n) > U(n) eventually\n最短证明长度最终大于 U(n)\nsuper-polynomial lower bound（超多项式下界）", fillcolor="#e9e3f5", color="#76639a", style="rounded,filled,dashed", penwidth=2.0];
    lowernote [shape=note, label="关键注释：文献下界只能用于原文满足条件的\nformula family（公式族）、proof system（证明系统）\n和 symbol length（符号长度）；名字相似不能替代对象恒等。", fillcolor="#e8f1f8", color="#4e7892"];

    compactformula -> family [label="same CompactProof predicate\n同一紧凑证明谓词"];
    minmeasure -> family [label="exact minimum length coordinate\n精确最短长度坐标"];
    diagonal -> rescale [label="power lower-bound seed\n幂下界种子"];
    family -> rescale;
    rescale -> lower [label="explicit time-constructible f\n显式时间可构造函数 f"];
    lowernote -> rescale [style=dotted, arrowhead=none, constraint=false];
  }

  subgraph cluster_collision {
    label="I. Same-object upper bound and collision（同对象上界与碰撞）";
    color="#9a9a9a";
    style="rounded,dashed";

    sondowcert [label="Sondow checked certificates\n索多已检查证书\nassume gamma rational（假设欧拉常数有理）\n本节点只表示证书已检查，不等于同对象上界已完成", fillcolor="#dff2e8", color="#3f7c66"];
    samecompiler [label="Sondow same-object compiler\n索多同对象编译器\ncertificate -> real proof of the same F_n\n证书 -> 同一 F_n 的真实证明", fillcolor="#f3f3f3", color="#777777", style="rounded,filled,dashed"];
    upper [label="minProofLength(F_n) <= U(n)\n最短证明长度不超过多项式 U(n)\npolynomial upper bound（多项式上界）\n等待 same-object compiler（同对象编译器）", fillcolor="#f3f3f3", color="#777777", style="rounded,filled,dashed"];
    collision [label="U(N) < minProofLength(F_N) <= U(N)\n同一 N、同一公式、同一检查器、同一长度的矛盾\ncollision theorem（碰撞定理）", fillcolor="#f8d9d6", color="#a8443d", style="rounded,filled,dashed", penwidth=2.5];
    final [label="not is_rational euler_mascheroni\n欧拉-马歇罗尼常数非有理\n仅在全部上游根定理闭合后成立", fillcolor="#f8d9d6", color="#a8443d", style="rounded,filled,dashed", penwidth=2.5];
    samenote [shape=note, label="关键注释：碰撞必须是同一 N、同一 F_N、\n同一 checker（检查器）和同一 length measure（长度度量）。\n只证明两个抽象接口各自存在不能形成碰撞。", fillcolor="#e8f1f8", color="#4e7892"];

    sondowcert -> samecompiler;
    family -> samecompiler [label="formula identity\n公式恒等"];
    predicate -> samecompiler [label="same checker/length\n同一检查器/长度"];
    minmeasure -> samecompiler [label="same minimum payload measure\n同一最短载荷度量"];
    samecompiler -> upper [label="canonical accepted proof code\n规范且被接受的证明码"];
    upper -> collision [label="same F_N / same length\n同一 F_N / 同一长度"];
    lower -> collision [label="same F_N / same length\n同一 F_N / 同一长度"];
    samenote -> collision [style=dotted, arrowhead=none, constraint=false];
    collision -> final;
  }

  subgraph cluster_audit {
    label="J. Submission-grade audit gates（投稿级审计门）";
    color="#76639a";
    style="rounded";

    axioms [label="#print axioms audit（公理画像审计）\n已完成节点仅依赖：\npropext（命题外延）\nClassical.choice（经典选择）\nQuot.sound（商类型可靠性）", fillcolor="#e9e3f5", color="#76639a"];
    forbidden [label="Forbidden project assumptions（禁止项目级假设）\nno tail_gap（无尾部间隙参数）\nno upper_provider（无上界提供者参数）\nno project proof_length（无项目证明长度公设）\nno sorryAx（无未完成证明公设）", fillcolor="#e9e3f5", color="#76639a"];
    gate [label="Final dependency audit（最终依赖审计）\nsame formula / parameter / checker / measure\n同一公式 / 参数 / 检查器 / 度量", fillcolor="#e9e3f5", color="#76639a", penwidth=2.0];

    totalcanonical -> axioms [style=dotted];
    publiciff -> axioms [style=dotted];
    completeness -> axioms [style=dotted];
    nattrace -> axioms [style=dotted];
    polytime -> forbidden [style=dashed];
    diagonal -> forbidden [style=dashed];
    samecompiler -> forbidden [style=dashed];
    lower -> gate;
    upper -> gate;
    axioms -> gate;
    forbidden -> gate;
    gate -> collision [style=dashed, label="audit pass\n审计通过"];
  }

  subgraph cluster_rejected_routes {
    label="K. Rejected historical routes（经审计弃用的历史路线；不通向主结论）";
    color="#a8443d";
    style="rounded,dashed";

    rawgodel [label="Nat.size(rawProofCode) lower bound\n原始哥德尔证明码位长下界\nunary-numeral encoding artifact（一元数词编码伪影）", fillcolor="#f8d9d6", color="#a8443d", style="rounded,filled,dashed"];
    postfixraw [label="Postfix checker rebuilding rawCode\n重建 rawCode 的后缀检查器\nprimitive recursive != polynomial time\n原始递归不等于多项式时间", fillcolor="#f8d9d6", color="#a8443d", style="rounded,filled,dashed"];
    abstractgap [label="tail_gap / computable_gap input\n尾部间隙 / 可计算间隙输入\nassumes the lower bound（预设下界）", fillcolor="#f8d9d6", color="#a8443d", style="rounded,filled,dashed"];
    abstractupper [label="upper_provider input\n上界提供者输入\nassumes the Sondow bridge（预设索多桥）", fillcolor="#f8d9d6", color="#a8443d", style="rounded,filled,dashed"];
    unsimulated [label="Unproved Hilbert-system simulation\n未证明的 Hilbert 系统模拟\nwrong/uncalibrated proof measure\n错误或未校准的证明度量", fillcolor="#f8d9d6", color="#a8443d", style="rounded,filled,dashed"];
    graft [label="strengthened_to_partial / transfer_to_graft\n加强到部分 / 嫁接转移接口\ninterface packaging without source theorem\n只有接口包装、没有源定理", fillcolor="#f8d9d6", color="#a8443d", style="rounded,filled,dashed"];
    rejectednote [shape=note, label="弃用判据：编码伪影、循环输入、对象错位，\n或只给接口而没有根定理。\n本区域没有任何边连接最终碰撞定理。", fillcolor="#fff1f0", color="#a8443d"];

    rawgodel -> postfixraw [style=dotted, color="#a8443d"];
    abstractgap -> graft [style=dotted, color="#a8443d"];
    abstractupper -> graft [style=dotted, color="#a8443d"];
    unsimulated -> graft [style=dotted, color="#a8443d"];
    rejectednote -> graft [style=dotted, arrowhead=none, color="#a8443d"];
  }
}
